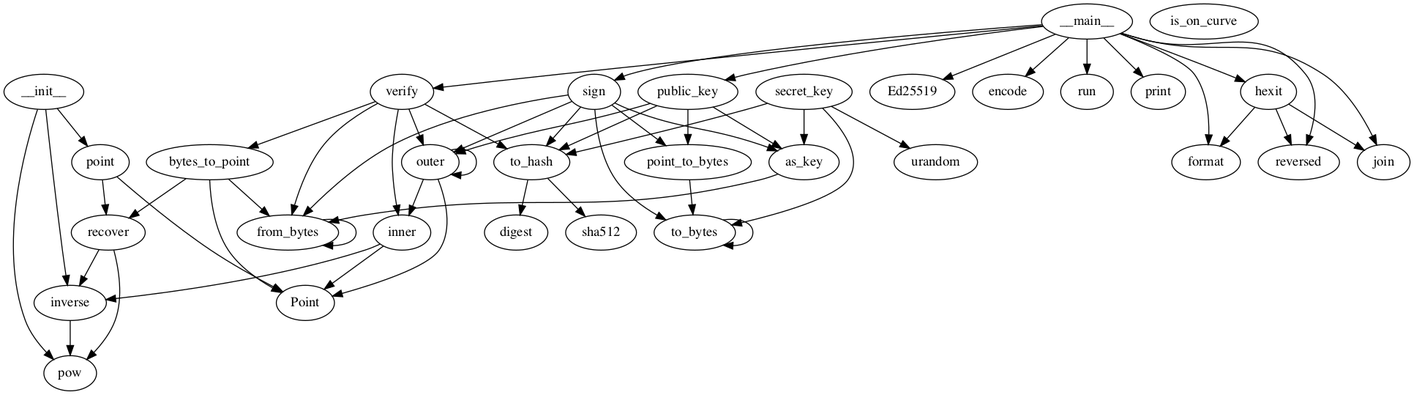
Before: CallGraph_images/ED25519.png, a diagram exported from Graphviz (JordanCoyne97/Final_Year_Project). Its source is kept beside it as CallGraph_dots/ED25519.dot. Source of this version:
```dot
digraph  {
__init__;
inverse;
pow;
point;
to_hash;
digest;
sha512;
from_bytes;
to_bytes;
as_key;
secret_key;
urandom;
public_key;
outer;
point_to_bytes;
sign;
verify;
bytes_to_point;
inner;
recover;
Point;
is_on_curve;
hexit;
join;
format;
reversed;
__main__;
Ed25519;
encode;
run;
print;
__init__ -> inverse;
__init__ -> pow;
__init__ -> point;
inverse -> pow;
point -> Point;
point -> recover;
to_hash -> digest;
to_hash -> sha512;
from_bytes -> from_bytes;
to_bytes -> to_bytes;
as_key -> from_bytes;
secret_key -> urandom;
secret_key -> to_hash;
secret_key -> as_key;
secret_key -> to_bytes;
public_key -> to_hash;
public_key -> as_key;
public_key -> outer;
public_key -> point_to_bytes;
outer -> Point;
outer -> outer;
outer -> inner;
point_to_bytes -> to_bytes;
sign -> to_hash;
sign -> as_key;
sign -> from_bytes;
sign -> outer;
sign -> point_to_bytes;
sign -> to_bytes;
verify -> to_hash;
verify -> from_bytes;
verify -> outer;
verify -> bytes_to_point;
verify -> inner;
bytes_to_point -> from_bytes;
bytes_to_point -> recover;
bytes_to_point -> Point;
inner -> inverse;
inner -> Point;
recover -> inverse;
recover -> pow;
hexit -> join;
hexit -> format;
hexit -> reversed;
__main__ -> join;
__main__ -> format;
__main__ -> reversed;
__main__ -> Ed25519;
__main__ -> public_key;
__main__ -> hexit;
__main__ -> encode;
__main__ -> sign;
__main__ -> run;
__main__ -> verify;
__main__ -> print;
}
```
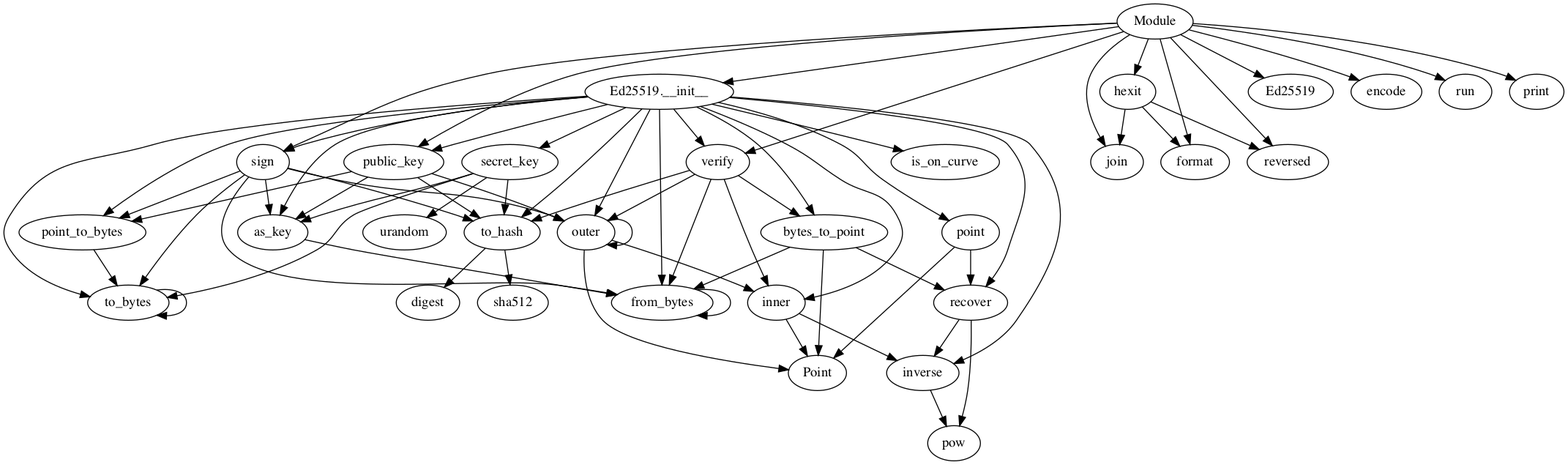
After the change.

What changed in the source:
```diff
@@ -1,8 +1,4 @@
 digraph  {
-__init__;
-inverse;
-pow;
-point;
 to_hash;
 digest;
 sha512;
@@ -14,28 +10,26 @@
 public_key;
 outer;
 point_to_bytes;
+inverse;
+pow;
 sign;
 verify;
 bytes_to_point;
 inner;
 recover;
+point;
 Point;
 is_on_curve;
 hexit;
 join;
 format;
 reversed;
-__main__;
+Module;
+"Ed25519.__init__";
 Ed25519;
 encode;
 run;
 print;
-__init__ -> inverse;
-__init__ -> pow;
-__init__ -> point;
-inverse -> pow;
-point -> Point;
-point -> recover;
 to_hash -> digest;
 to_hash -> sha512;
 from_bytes -> from_bytes;
@@ -53,6 +47,7 @@
 outer -> outer;
 outer -> inner;
 point_to_bytes -> to_bytes;
+inverse -> pow;
 sign -> to_hash;
 sign -> as_key;
 sign -> from_bytes;
@@ -71,18 +66,37 @@
 inner -> Point;
 recover -> inverse;
 recover -> pow;
+point -> Point;
+point -> recover;
 hexit -> join;
 hexit -> format;
 hexit -> reversed;
-__main__ -> join;
-__main__ -> format;
-__main__ -> reversed;
-__main__ -> Ed25519;
-__main__ -> public_key;
-__main__ -> hexit;
-__main__ -> encode;
-__main__ -> sign;
-__main__ -> run;
-__main__ -> verify;
-__main__ -> print;
+Module -> "Ed25519.__init__";
+Module -> join;
+Module -> format;
+Module -> reversed;
+Module -> Ed25519;
+Module -> public_key;
+Module -> hexit;
+Module -> encode;
+Module -> sign;
+Module -> run;
+Module -> verify;
+Module -> print;
+"Ed25519.__init__" -> to_hash;
+"Ed25519.__init__" -> from_bytes;
+"Ed25519.__init__" -> to_bytes;
+"Ed25519.__init__" -> as_key;
+"Ed25519.__init__" -> secret_key;
+"Ed25519.__init__" -> public_key;
+"Ed25519.__init__" -> inverse;
+"Ed25519.__init__" -> sign;
+"Ed25519.__init__" -> verify;
+"Ed25519.__init__" -> recover;
+"Ed25519.__init__" -> point;
+"Ed25519.__init__" -> is_on_curve;
+"Ed25519.__init__" -> inner;
+"Ed25519.__init__" -> outer;
+"Ed25519.__init__" -> point_to_bytes;
+"Ed25519.__init__" -> bytes_to_point;
 }
```
